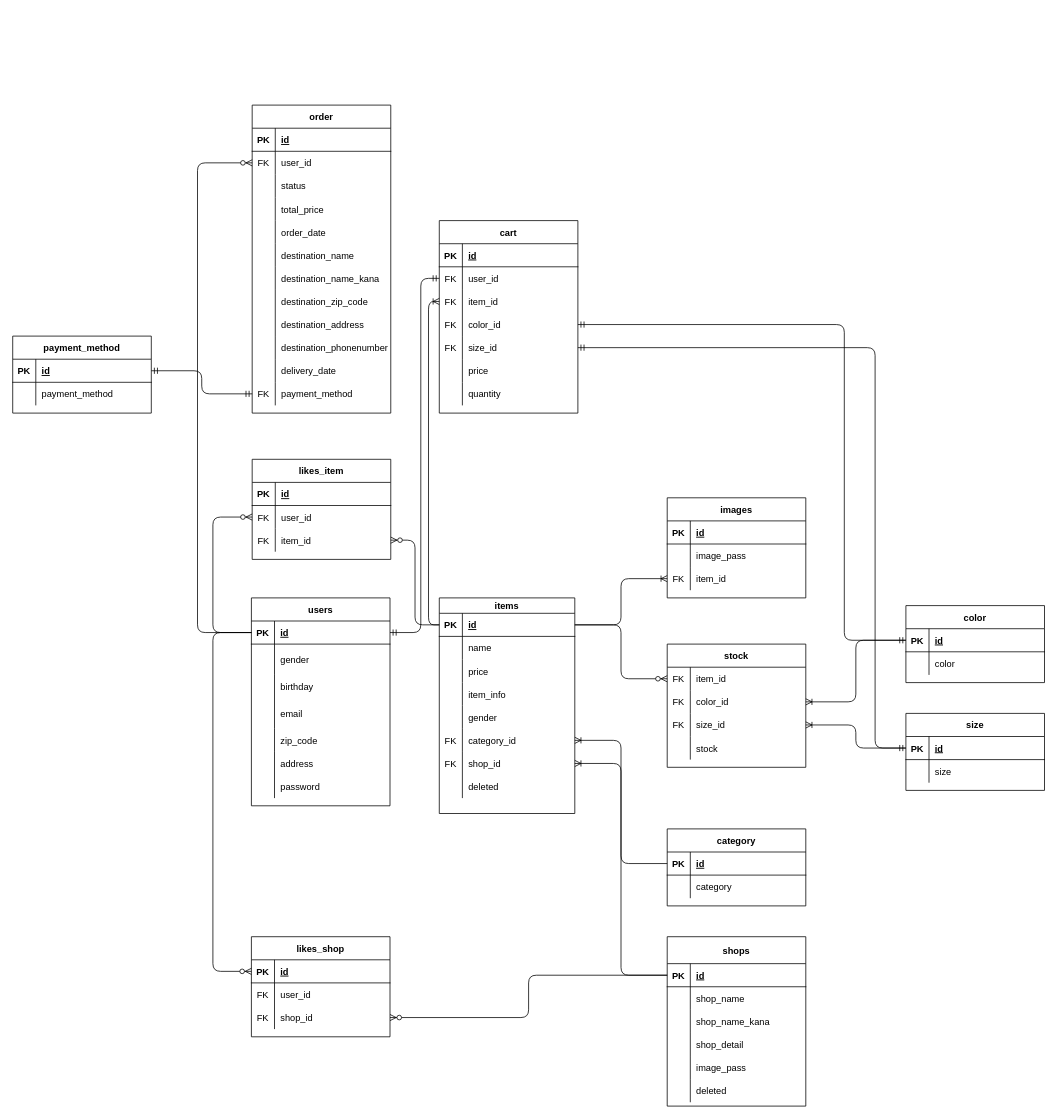
This is design/newmozo.drawio from daimatsunaga/mozotown, a draw.io file, before an edit. Source tidied: cells renumbered, new cells numbered last; positions are measured from the earlier drawing's top-left corner, leaving out a move shared by most shapes. Both pictures are drawn from the tidied source at 77%, with x=0, y=0 at pixel (12, 105).
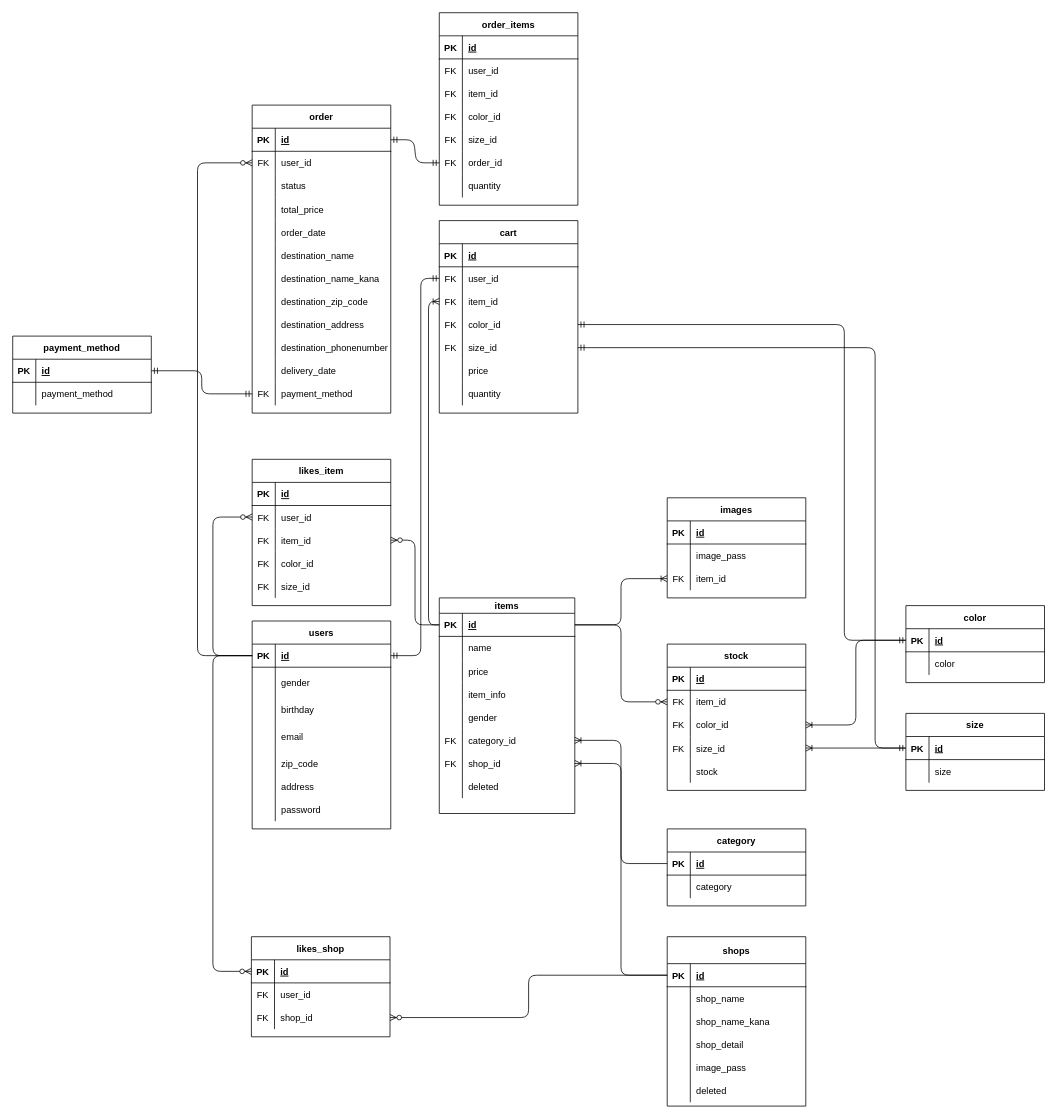
The same page after the edit.

Unchanged cells that the change refers to:
```xml
<mxCell id="3" style="shape=partialRectangle;fillColor=none;top=0;left=0;bottom=1;right=0;points=[[0,0.5],[1,0.5]];portConstraint=eastwest;" parent="2" vertex="1">
  <mxGeometry y="30" width="180" height="30" as="geometry" />
</mxCell>
<mxCell id="77" style="shape=partialRectangle;fillColor=none;top=0;left=0;bottom=1;right=0;points=[[0,0.5],[1,0.5]];portConstraint=eastwest;" parent="76" vertex="1">
  <mxGeometry y="30" width="180" height="30" as="geometry" />
</mxCell>
<mxCell id="90" style="shape=partialRectangle;fillColor=none;top=0;left=0;bottom=0;right=0;points=[[0,0.5],[1,0.5]];portConstraint=eastwest;" parent="86" vertex="1">
  <mxGeometry y="60" width="180" height="30" as="geometry" />
</mxCell>
<mxCell id="146" style="shape=partialRectangle;fillColor=none;top=0;left=0;bottom=0;right=0;points=[[0,0.5],[1,0.5]];portConstraint=eastwest;" parent="142" vertex="1">
  <mxGeometry y="60" width="180" height="30" as="geometry" />
</mxCell>
<mxCell id="165" style="shape=partialRectangle;fillColor=none;top=0;left=0;bottom=1;right=0;points=[[0,0.5],[1,0.5]];portConstraint=eastwest;" parent="164" vertex="1">
  <mxGeometry y="30" width="180" height="30" as="geometry" />
</mxCell>
<mxCell id="168" style="shape=partialRectangle;fillColor=none;top=0;left=0;bottom=0;right=0;points=[[0,0.5],[1,0.5]];portConstraint=eastwest;" parent="164" vertex="1">
  <mxGeometry y="60" width="180" height="30" as="geometry" />
</mxCell>
```

The edit, as a diff of the source:
```diff
@@
     <mxCell id="2" value="users" style="shape=table;startSize=30;childLayout=tableLayout;rowLines=0;fontStyle=1;align=center;" parent="1" vertex="1">
-      <mxGeometry x="310" y="640" width="180" height="270" as="geometry" />
+      <mxGeometry x="311" y="670" width="180" height="270" as="geometry" />
     </mxCell>
@@
     <mxCell id="86" value="likes_item" style="shape=table;startSize=30;childLayout=tableLayout;rowLines=0;fontStyle=1;align=center;" parent="1" vertex="1">
-      <mxGeometry x="311" y="460" width="180" height="130" as="geometry" />
+      <mxGeometry x="311" y="460" width="180" height="190" as="geometry" />
     </mxCell>
@@
+    <mxCell id="214" style="shape=partialRectangle;fillColor=none;top=0;left=0;bottom=0;right=0;" parent="86" vertex="1">
+      <mxGeometry y="120" width="180" height="30" as="geometry" />
+    </mxCell>
+    <mxCell id="215" value="FK" style="shape=partialRectangle;fillColor=none;top=0;left=0;bottom=0;right=0;overflow=hidden;" parent="214" vertex="1">
+      <mxGeometry width="30" height="30" as="geometry" />
+    </mxCell>
+    <mxCell id="216" value="color_id" style="shape=partialRectangle;fillColor=none;top=0;left=0;bottom=0;right=0;align=left;spacingLeft=6;overflow=hidden;" parent="214" vertex="1">
+      <mxGeometry x="30" width="150" height="30" as="geometry" />
+    </mxCell>
+    <mxCell id="217" style="shape=partialRectangle;fillColor=none;top=0;left=0;bottom=0;right=0;" parent="86" vertex="1">
+      <mxGeometry y="150" width="180" height="30" as="geometry" />
+    </mxCell>
+    <mxCell id="218" value="FK" style="shape=partialRectangle;fillColor=none;top=0;left=0;bottom=0;right=0;overflow=hidden;" parent="217" vertex="1">
+      <mxGeometry width="30" height="30" as="geometry" />
+    </mxCell>
+    <mxCell id="219" value="size_id" style="shape=partialRectangle;fillColor=none;top=0;left=0;bottom=0;right=0;align=left;spacingLeft=6;overflow=hidden;" parent="217" vertex="1">
+      <mxGeometry x="30" width="150" height="30" as="geometry" />
+    </mxCell>
     <mxCell id="96" style="edgeStyle=orthogonalEdgeStyle;fontSize=12;html=1;endArrow=ERzeroToMany;endFill=1;exitX=0;exitY=0.5;exitDx=0;exitDy=0;entryX=0;entryY=0.5;entryDx=0;entryDy=0;" parent="1" edge="1" source="3" target="77">
       <mxGeometry relative="1" as="geometry">
         <Array as="points">
-          <mxPoint x="260" y="685" />
+          <mxPoint x="260" y="715" />
           <mxPoint x="260" y="1125" />
         </Array>
       </mxGeometry>
     </mxCell>
     <mxCell id="97" style="edgeStyle=orthogonalEdgeStyle;fontSize=12;html=1;endArrow=ERzeroToMany;endFill=1;exitX=0;exitY=0.5;exitDx=0;exitDy=0;entryX=0;entryY=0.5;entryDx=0;entryDy=0;" parent="1" edge="1" source="3" target="90">
       <mxGeometry relative="1" as="geometry">
         <Array as="points">
-          <mxPoint x="260" y="685" />
+          <mxPoint x="260" y="715" />
           <mxPoint x="260" y="535" />
         </Array>
       </mxGeometry>
     </mxCell>
@@
     <mxCell id="125" value="stock" style="shape=table;startSize=30;childLayout=tableLayout;rowLines=0;fontStyle=1;align=center;" parent="1" vertex="1">
-      <mxGeometry x="850" y="700" width="180" height="160" as="geometry" />
+      <mxGeometry x="850" y="700" width="180" height="190" as="geometry" />
     </mxCell>
+    <mxCell id="220" style="shape=partialRectangle;fillColor=none;top=0;left=0;bottom=1;right=0;" parent="125" vertex="1">
+      <mxGeometry y="30" width="180" height="30" as="geometry" />
+    </mxCell>
+    <mxCell id="221" value="PK" style="shape=partialRectangle;fillColor=none;top=0;left=0;bottom=0;right=0;fontStyle=1;overflow=hidden;" parent="220" vertex="1">
+      <mxGeometry width="30" height="30" as="geometry" />
+    </mxCell>
+    <mxCell id="222" value="id" style="shape=partialRectangle;fillColor=none;top=0;left=0;bottom=0;right=0;align=left;spacingLeft=6;fontStyle=5;overflow=hidden;" parent="220" vertex="1">
+      <mxGeometry x="30" width="150" height="30" as="geometry" />
+    </mxCell>
     <mxCell id="126" style="shape=partialRectangle;fillColor=none;top=0;left=0;bottom=0;right=0;points=[[0,0.5],[1,0.5]];portConstraint=eastwest;" parent="125" vertex="1">
-      <mxGeometry y="30" width="180" height="30" as="geometry" />
+      <mxGeometry y="60" width="180" height="30" as="geometry" />
     </mxCell>
@@
     <mxCell id="129" style="shape=partialRectangle;fillColor=none;top=0;left=0;bottom=0;right=0;points=[[0,0.5],[1,0.5]];portConstraint=eastwest;" parent="125" vertex="1">
-      <mxGeometry y="60" width="180" height="30" as="geometry" />
+      <mxGeometry y="90" width="180" height="30" as="geometry" />
     </mxCell>
@@
     <mxCell id="132" style="shape=partialRectangle;fillColor=none;top=0;left=0;bottom=0;right=0;points=[[0,0.5],[1,0.5]];portConstraint=eastwest;" parent="125" vertex="1">
-      <mxGeometry y="90" width="180" height="30" as="geometry" />
+      <mxGeometry y="120" width="180" height="30" as="geometry" />
     </mxCell>
@@
     <mxCell id="135" style="shape=partialRectangle;fillColor=none;top=0;left=0;bottom=0;right=0;" parent="125" vertex="1">
-      <mxGeometry y="120" width="180" height="30" as="geometry" />
+      <mxGeometry y="150" width="180" height="30" as="geometry" />
     </mxCell>
@@
     <mxCell id="209" style="edgeStyle=orthogonalEdgeStyle;fontSize=12;html=1;endArrow=ERzeroToMany;endFill=1;exitX=0;exitY=0.5;exitDx=0;exitDy=0;entryX=0;entryY=0.5;entryDx=0;entryDy=0;" parent="1" edge="1" source="3" target="168">
       <mxGeometry relative="1" as="geometry">
         <Array as="points">
-          <mxPoint x="240" y="685" />
+          <mxPoint x="240" y="715" />
           <mxPoint x="240" y="75" />
         </Array>
       </mxGeometry>
     </mxCell>
     <mxCell id="210" style="edgeStyle=orthogonalEdgeStyle;fontSize=12;html=1;endArrow=ERmandOne;startArrow=ERmandOne;exitX=1;exitY=0.5;exitDx=0;exitDy=0;entryX=0;entryY=0.5;entryDx=0;entryDy=0;" parent="1" edge="1" source="3" target="146">
       <mxGeometry relative="1" as="geometry">
         <Array as="points">
-          <mxPoint x="530" y="685" />
+          <mxPoint x="530" y="715" />
           <mxPoint x="530" y="225" />
         </Array>
       </mxGeometry>
     </mxCell>
@@
+    <mxCell id="223" value="order_items" style="shape=table;startSize=30;childLayout=tableLayout;rowLines=0;fontStyle=1;align=center;" parent="1" vertex="1">
+      <mxGeometry x="554" y="-120" width="180" height="250" as="geometry" />
+    </mxCell>
+    <mxCell id="224" style="shape=partialRectangle;fillColor=none;top=0;left=0;bottom=1;right=0;" parent="223" vertex="1">
+      <mxGeometry y="30" width="180" height="30" as="geometry" />
+    </mxCell>
+    <mxCell id="225" value="PK" style="shape=partialRectangle;fillColor=none;top=0;left=0;bottom=0;right=0;fontStyle=1;overflow=hidden;" parent="224" vertex="1">
+      <mxGeometry width="30" height="30" as="geometry" />
+    </mxCell>
+    <mxCell id="226" value="id" style="shape=partialRectangle;fillColor=none;top=0;left=0;bottom=0;right=0;align=left;spacingLeft=6;fontStyle=5;overflow=hidden;" parent="224" vertex="1">
+      <mxGeometry x="30" width="150" height="30" as="geometry" />
+    </mxCell>
+    <mxCell id="227" style="shape=partialRectangle;fillColor=none;top=0;left=0;bottom=0;right=0;" parent="223" vertex="1">
+      <mxGeometry y="60" width="180" height="30" as="geometry" />
+    </mxCell>
+    <mxCell id="228" value="FK" style="shape=partialRectangle;fillColor=none;top=0;left=0;bottom=0;right=0;overflow=hidden;" parent="227" vertex="1">
+      <mxGeometry width="30" height="30" as="geometry" />
+    </mxCell>
+    <mxCell id="229" value="user_id" style="shape=partialRectangle;fillColor=none;top=0;left=0;bottom=0;right=0;align=left;spacingLeft=6;overflow=hidden;" parent="227" vertex="1">
+      <mxGeometry x="30" width="150" height="30" as="geometry" />
+    </mxCell>
+    <mxCell id="230" style="shape=partialRectangle;fillColor=none;top=0;left=0;bottom=0;right=0;" parent="223" vertex="1">
+      <mxGeometry y="90" width="180" height="30" as="geometry" />
+    </mxCell>
+    <mxCell id="231" value="FK" style="shape=partialRectangle;fillColor=none;top=0;left=0;bottom=0;right=0;overflow=hidden;" parent="230" vertex="1">
+      <mxGeometry width="30" height="30" as="geometry" />
+    </mxCell>
+    <mxCell id="232" value="item_id" style="shape=partialRectangle;fillColor=none;top=0;left=0;bottom=0;right=0;align=left;spacingLeft=6;overflow=hidden;" parent="230" vertex="1">
+      <mxGeometry x="30" width="150" height="30" as="geometry" />
+    </mxCell>
+    <mxCell id="233" style="shape=partialRectangle;fillColor=none;top=0;left=0;bottom=0;right=0;" parent="223" vertex="1">
+      <mxGeometry y="120" width="180" height="30" as="geometry" />
+    </mxCell>
+    <mxCell id="234" value="FK" style="shape=partialRectangle;fillColor=none;top=0;left=0;bottom=0;right=0;overflow=hidden;" parent="233" vertex="1">
+      <mxGeometry width="30" height="30" as="geometry" />
+    </mxCell>
+    <mxCell id="235" value="color_id" style="shape=partialRectangle;fillColor=none;top=0;left=0;bottom=0;right=0;align=left;spacingLeft=6;overflow=hidden;" parent="233" vertex="1">
+      <mxGeometry x="30" width="150" height="30" as="geometry" />
+    </mxCell>
+    <mxCell id="236" style="shape=partialRectangle;fillColor=none;top=0;left=0;bottom=0;right=0;" parent="223" vertex="1">
+      <mxGeometry y="150" width="180" height="30" as="geometry" />
+    </mxCell>
+    <mxCell id="237" value="FK" style="shape=partialRectangle;fillColor=none;top=0;left=0;bottom=0;right=0;overflow=hidden;" parent="236" vertex="1">
+      <mxGeometry width="30" height="30" as="geometry" />
+    </mxCell>
+    <mxCell id="238" value="size_id" style="shape=partialRectangle;fillColor=none;top=0;left=0;bottom=0;right=0;align=left;spacingLeft=6;overflow=hidden;" parent="236" vertex="1">
+      <mxGeometry x="30" width="150" height="30" as="geometry" />
+    </mxCell>
+    <mxCell id="239" style="shape=partialRectangle;fillColor=none;top=0;left=0;bottom=0;right=0;points=[[0,0.5],[1,0.5]];portConstraint=eastwest;" parent="223" vertex="1">
+      <mxGeometry y="180" width="180" height="30" as="geometry" />
+    </mxCell>
+    <mxCell id="240" value="FK" style="shape=partialRectangle;fillColor=none;top=0;left=0;bottom=0;right=0;overflow=hidden;" parent="239" vertex="1">
+      <mxGeometry width="30" height="30" as="geometry" />
+    </mxCell>
+    <mxCell id="241" value="order_id" style="shape=partialRectangle;fillColor=none;top=0;left=0;bottom=0;right=0;align=left;spacingLeft=6;overflow=hidden;" parent="239" vertex="1">
+      <mxGeometry x="30" width="150" height="30" as="geometry" />
+    </mxCell>
+    <mxCell id="242" style="shape=partialRectangle;fillColor=none;top=0;left=0;bottom=0;right=0;" parent="223" vertex="1">
+      <mxGeometry y="210" width="180" height="30" as="geometry" />
+    </mxCell>
+    <mxCell id="243" style="shape=partialRectangle;fillColor=none;top=0;left=0;bottom=0;right=0;overflow=hidden;" parent="242" vertex="1">
+      <mxGeometry width="30" height="30" as="geometry" />
+    </mxCell>
+    <mxCell id="244" value="quantity" style="shape=partialRectangle;fillColor=none;top=0;left=0;bottom=0;right=0;align=left;spacingLeft=6;overflow=hidden;" parent="242" vertex="1">
+      <mxGeometry x="30" width="150" height="30" as="geometry" />
+    </mxCell>
+    <mxCell id="245" style="edgeStyle=entityRelationEdgeStyle;fontSize=12;html=1;endArrow=ERmandOne;startArrow=ERmandOne;exitX=1;exitY=0.5;exitDx=0;exitDy=0;entryX=0;entryY=0.5;entryDx=0;entryDy=0;" parent="1" edge="1" source="165" target="239">
+      <mxGeometry relative="1" as="geometry" />
+    </mxCell>
```
